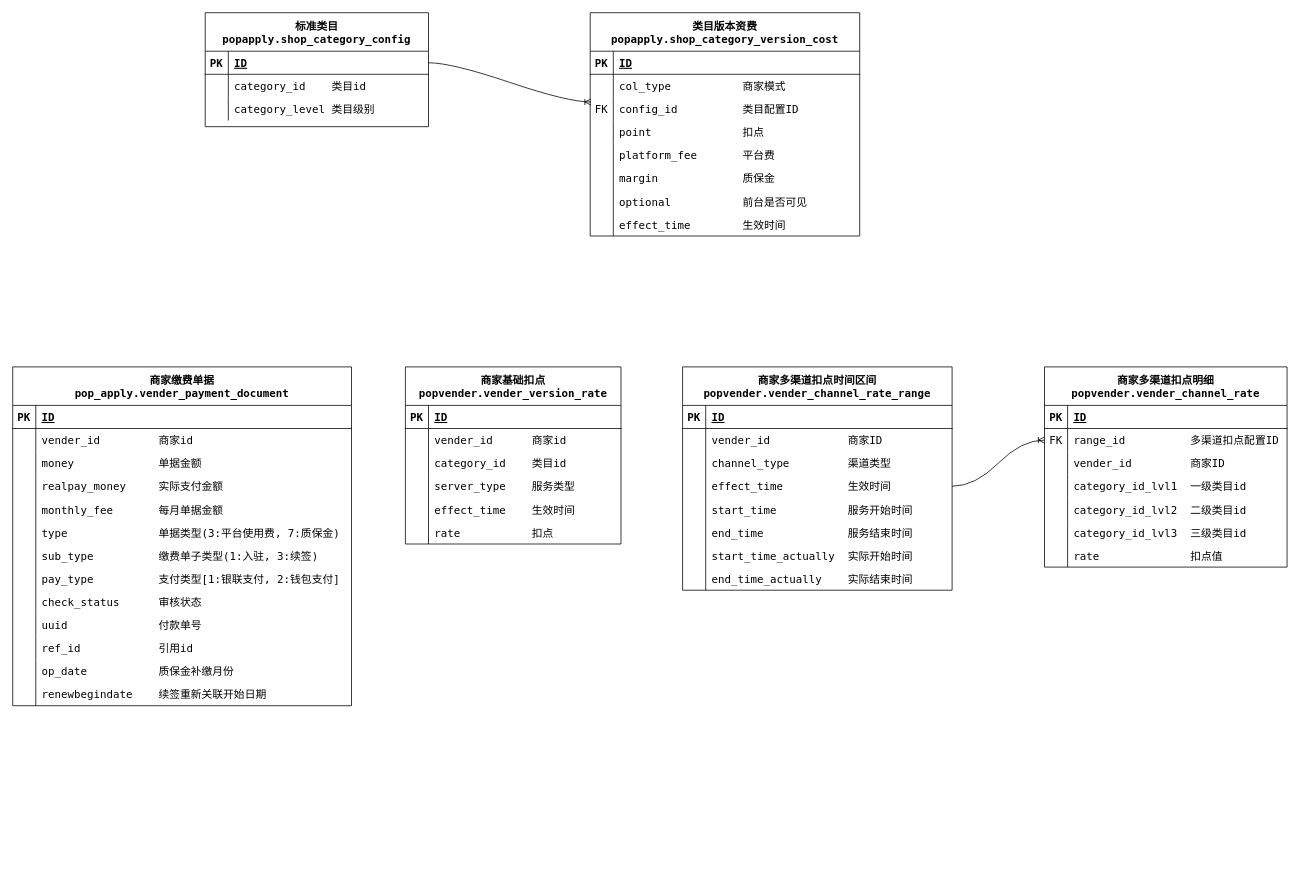
The draw.io diagram 资费ER图.drawio in RubberBoy/some, before the edit. Source tidied: cells renumbered, new cells numbered last; positions are measured from the earlier drawing's top-left corner, leaving out a move shared by most shapes. Both pictures are drawn from the tidied source at 77%, with x=0, y=0 at pixel (12, 12).
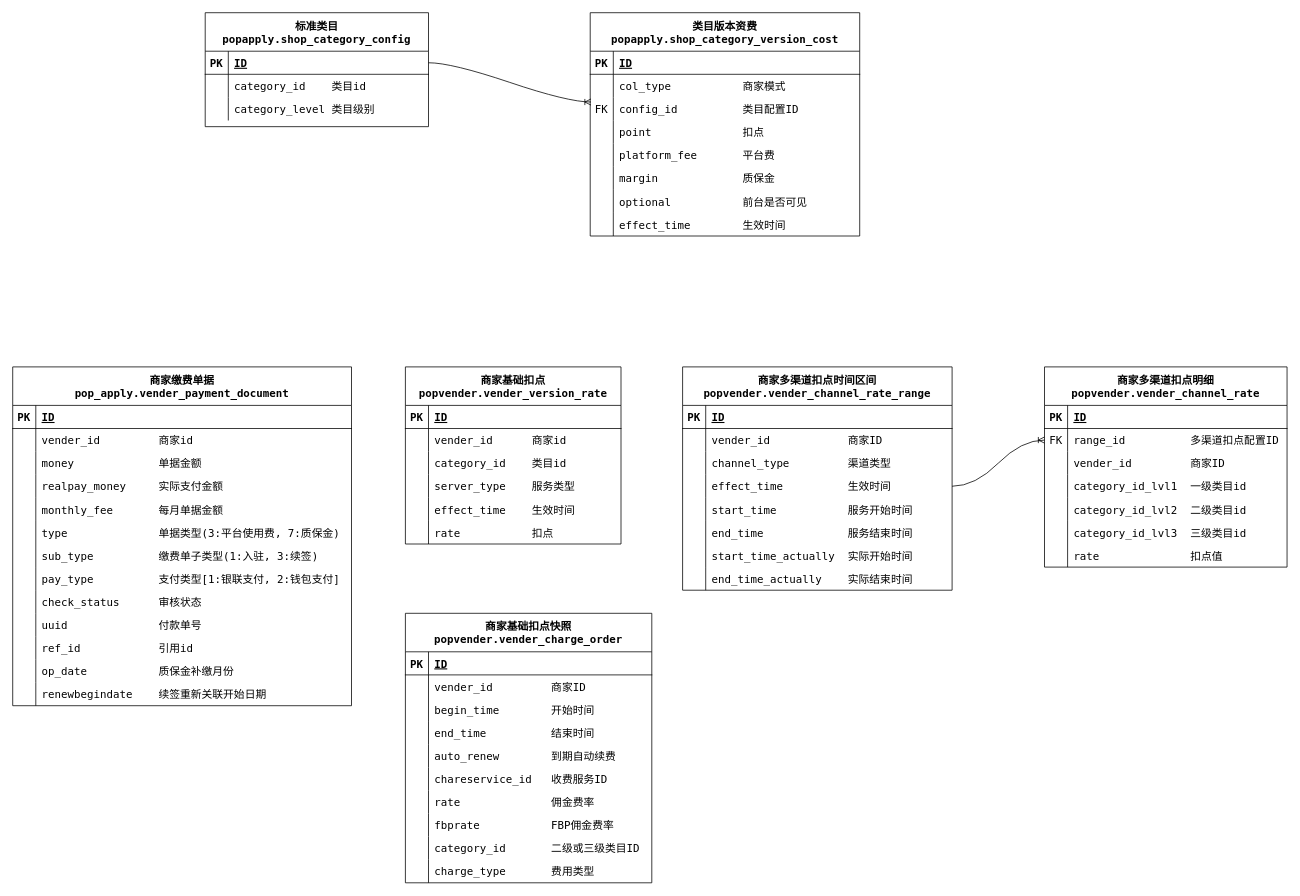
The same diagram, later.

Commit message (it also covers changes not shown here):
更新资费ER图.drawio

Diff of the diagram source:
```diff
@@
+    <mxCell id="145" value="商家基础扣点快照&#10;popvender.vender_charge_order" style="shape=table;startSize=50;childLayout=tableLayout;rowLines=0;fontStyle=1;align=center;fontFamily=Menlo;fontSize=14;" parent="1" vertex="1">
+      <mxGeometry x="510" y="780" width="320" height="350" as="geometry" />
+    </mxCell>
+    <mxCell id="146" style="shape=tableRow;horizontal=0;startSize=0;swimlaneHead=0;swimlaneBody=0;fillColor=none;top=0;left=0;right=0;bottom=1;fontFamily=Menlo;fontSize=14;" parent="145" vertex="1">
+      <mxGeometry y="50" width="320" height="30" as="geometry" />
+    </mxCell>
+    <mxCell id="147" value="PK" style="shape=partialRectangle;fillColor=none;top=0;left=0;bottom=0;right=0;fontStyle=1;overflow=hidden;fontFamily=Menlo;fontSize=14;" parent="146" vertex="1">
+      <mxGeometry width="30" height="30" as="geometry" />
+    </mxCell>
+    <mxCell id="148" value="ID" style="shape=partialRectangle;fillColor=none;top=0;left=0;bottom=0;right=0;align=left;spacingLeft=6;fontStyle=5;overflow=hidden;fontFamily=Menlo;fontSize=14;" parent="146" vertex="1">
+      <mxGeometry x="30" width="290" height="30" as="geometry" />
+    </mxCell>
+    <mxCell id="149" style="shape=tableRow;horizontal=0;startSize=0;swimlaneHead=0;swimlaneBody=0;fillColor=none;top=0;left=0;right=0;bottom=0;fontFamily=Menlo;fontSize=14;" parent="145" vertex="1">
+      <mxGeometry y="80" width="320" height="30" as="geometry" />
+    </mxCell>
+    <mxCell id="150" style="shape=partialRectangle;fillColor=none;top=0;left=0;bottom=0;right=0;overflow=hidden;fontFamily=Menlo;fontSize=14;" parent="149" vertex="1">
+      <mxGeometry width="30" height="30" as="geometry" />
+    </mxCell>
+    <mxCell id="151" value="vender_id         商家ID" style="shape=partialRectangle;fillColor=none;top=0;left=0;bottom=0;right=0;align=left;spacingLeft=6;overflow=hidden;fontFamily=Menlo;fontSize=14;" parent="149" vertex="1">
+      <mxGeometry x="30" width="290" height="30" as="geometry" />
+    </mxCell>
+    <mxCell id="152" style="shape=tableRow;horizontal=0;startSize=0;swimlaneHead=0;swimlaneBody=0;fillColor=none;top=0;left=0;right=0;bottom=0;fontFamily=Menlo;fontSize=14;" parent="145" vertex="1">
+      <mxGeometry y="110" width="320" height="30" as="geometry" />
+    </mxCell>
+    <mxCell id="153" style="shape=partialRectangle;fillColor=none;top=0;left=0;bottom=0;right=0;overflow=hidden;fontFamily=Menlo;fontSize=14;" parent="152" vertex="1">
+      <mxGeometry width="30" height="30" as="geometry" />
+    </mxCell>
+    <mxCell id="154" value="begin_time        开始时间" style="shape=partialRectangle;fillColor=none;top=0;left=0;bottom=0;right=0;align=left;spacingLeft=6;overflow=hidden;fontFamily=Menlo;fontSize=14;" parent="152" vertex="1">
+      <mxGeometry x="30" width="290" height="30" as="geometry" />
+    </mxCell>
+    <mxCell id="155" style="shape=tableRow;horizontal=0;startSize=0;swimlaneHead=0;swimlaneBody=0;fillColor=none;top=0;left=0;right=0;bottom=0;fontFamily=Menlo;fontSize=14;" parent="145" vertex="1">
+      <mxGeometry y="140" width="320" height="30" as="geometry" />
+    </mxCell>
+    <mxCell id="156" style="shape=partialRectangle;fillColor=none;top=0;left=0;bottom=0;right=0;overflow=hidden;fontFamily=Menlo;fontSize=14;" parent="155" vertex="1">
+      <mxGeometry width="30" height="30" as="geometry" />
+    </mxCell>
+    <mxCell id="157" value="end_time          结束时间" style="shape=partialRectangle;fillColor=none;top=0;left=0;bottom=0;right=0;align=left;spacingLeft=6;overflow=hidden;fontFamily=Menlo;fontSize=14;" parent="155" vertex="1">
+      <mxGeometry x="30" width="290" height="30" as="geometry" />
+    </mxCell>
+    <mxCell id="158" style="shape=tableRow;horizontal=0;startSize=0;swimlaneHead=0;swimlaneBody=0;fillColor=none;top=0;left=0;right=0;bottom=0;fontFamily=Menlo;fontSize=14;" parent="145" vertex="1">
+      <mxGeometry y="170" width="320" height="30" as="geometry" />
+    </mxCell>
+    <mxCell id="159" style="shape=partialRectangle;fillColor=none;top=0;left=0;bottom=0;right=0;overflow=hidden;fontFamily=Menlo;fontSize=14;" parent="158" vertex="1">
+      <mxGeometry width="30" height="30" as="geometry" />
+    </mxCell>
+    <mxCell id="160" value="auto_renew        到期自动续费" style="shape=partialRectangle;fillColor=none;top=0;left=0;bottom=0;right=0;align=left;spacingLeft=6;overflow=hidden;fontFamily=Menlo;fontSize=14;" parent="158" vertex="1">
+      <mxGeometry x="30" width="290" height="30" as="geometry" />
+    </mxCell>
+    <mxCell id="161" style="shape=tableRow;horizontal=0;startSize=0;swimlaneHead=0;swimlaneBody=0;fillColor=none;top=0;left=0;right=0;bottom=0;fontFamily=Menlo;fontSize=14;" parent="145" vertex="1">
+      <mxGeometry y="200" width="320" height="30" as="geometry" />
+    </mxCell>
+    <mxCell id="162" style="shape=partialRectangle;fillColor=none;top=0;left=0;bottom=0;right=0;overflow=hidden;fontFamily=Menlo;fontSize=14;" parent="161" vertex="1">
+      <mxGeometry width="30" height="30" as="geometry" />
+    </mxCell>
+    <mxCell id="163" value="chareservice_id   收费服务ID" style="shape=partialRectangle;fillColor=none;top=0;left=0;bottom=0;right=0;align=left;spacingLeft=6;overflow=hidden;fontFamily=Menlo;fontSize=14;" parent="161" vertex="1">
+      <mxGeometry x="30" width="290" height="30" as="geometry" />
+    </mxCell>
+    <mxCell id="164" style="shape=tableRow;horizontal=0;startSize=0;swimlaneHead=0;swimlaneBody=0;fillColor=none;top=0;left=0;right=0;bottom=0;fontFamily=Menlo;fontSize=14;" parent="145" vertex="1">
+      <mxGeometry y="230" width="320" height="30" as="geometry" />
+    </mxCell>
+    <mxCell id="165" style="shape=partialRectangle;fillColor=none;top=0;left=0;bottom=0;right=0;overflow=hidden;fontFamily=Menlo;fontSize=14;" parent="164" vertex="1">
+      <mxGeometry width="30" height="30" as="geometry" />
+    </mxCell>
+    <mxCell id="166" value="rate              佣金费率" style="shape=partialRectangle;fillColor=none;top=0;left=0;bottom=0;right=0;align=left;spacingLeft=6;overflow=hidden;fontFamily=Menlo;fontSize=14;" parent="164" vertex="1">
+      <mxGeometry x="30" width="290" height="30" as="geometry" />
+    </mxCell>
+    <mxCell id="167" style="shape=tableRow;horizontal=0;startSize=0;swimlaneHead=0;swimlaneBody=0;fillColor=none;top=0;left=0;right=0;bottom=0;fontFamily=Menlo;fontSize=14;" parent="145" vertex="1">
+      <mxGeometry y="260" width="320" height="30" as="geometry" />
+    </mxCell>
+    <mxCell id="168" style="shape=partialRectangle;fillColor=none;top=0;left=0;bottom=0;right=0;overflow=hidden;fontFamily=Menlo;fontSize=14;" parent="167" vertex="1">
+      <mxGeometry width="30" height="30" as="geometry" />
+    </mxCell>
+    <mxCell id="169" value="fbprate           FBP佣金费率" style="shape=partialRectangle;fillColor=none;top=0;left=0;bottom=0;right=0;align=left;spacingLeft=6;overflow=hidden;fontFamily=Menlo;fontSize=14;" parent="167" vertex="1">
+      <mxGeometry x="30" width="290" height="30" as="geometry" />
+    </mxCell>
+    <mxCell id="170" style="shape=tableRow;horizontal=0;startSize=0;swimlaneHead=0;swimlaneBody=0;fillColor=none;top=0;left=0;right=0;bottom=0;fontFamily=Menlo;fontSize=14;" parent="145" vertex="1">
+      <mxGeometry y="290" width="320" height="30" as="geometry" />
+    </mxCell>
+    <mxCell id="171" style="shape=partialRectangle;fillColor=none;top=0;left=0;bottom=0;right=0;overflow=hidden;fontFamily=Menlo;fontSize=14;" parent="170" vertex="1">
+      <mxGeometry width="30" height="30" as="geometry" />
+    </mxCell>
+    <mxCell id="172" value="category_id       二级或三级类目ID" style="shape=partialRectangle;fillColor=none;top=0;left=0;bottom=0;right=0;align=left;spacingLeft=6;overflow=hidden;fontFamily=Menlo;fontSize=14;" parent="170" vertex="1">
+      <mxGeometry x="30" width="290" height="30" as="geometry" />
+    </mxCell>
+    <mxCell id="173" style="shape=tableRow;horizontal=0;startSize=0;swimlaneHead=0;swimlaneBody=0;fillColor=none;top=0;left=0;right=0;bottom=0;fontFamily=Menlo;fontSize=14;" parent="145" vertex="1">
+      <mxGeometry y="320" width="320" height="30" as="geometry" />
+    </mxCell>
+    <mxCell id="174" style="shape=partialRectangle;fillColor=none;top=0;left=0;bottom=0;right=0;overflow=hidden;fontFamily=Menlo;fontSize=14;" parent="173" vertex="1">
+      <mxGeometry width="30" height="30" as="geometry" />
+    </mxCell>
+    <mxCell id="175" value="charge_type       费用类型" style="shape=partialRectangle;fillColor=none;top=0;left=0;bottom=0;right=0;align=left;spacingLeft=6;overflow=hidden;fontFamily=Menlo;fontSize=14;" parent="173" vertex="1">
+      <mxGeometry x="30" width="290" height="30" as="geometry" />
+    </mxCell>
```
